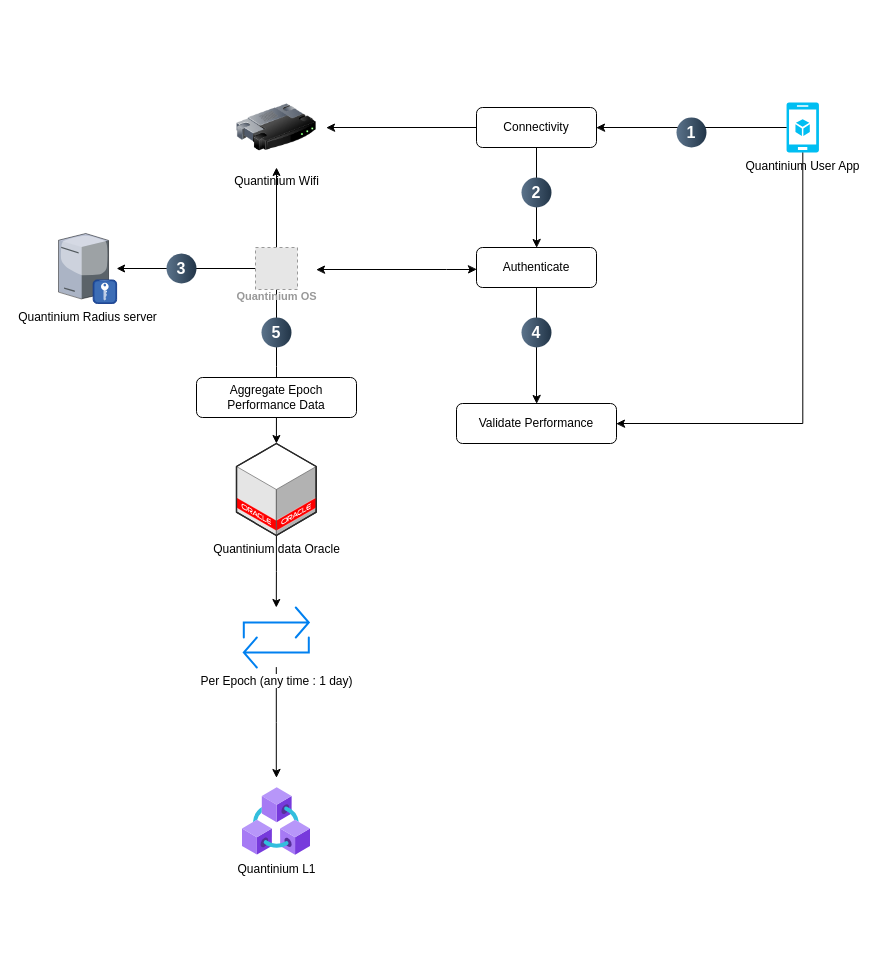
ali-05-ahmed/Concept-Diagrams keeps this draw.io diagram as QuantiniumOs.drawio. Above is the earlier version. Source tidied: cells renumbered, new cells numbered last; positions are measured from the earlier drawing's top-left corner, leaving out a move shared by most shapes. Both pictures are drawn from the tidied source at 100%, with x=0, y=0 at pixel (58, 87). Pictures stored in the file or linked from it are replaced by grey dashed boxes.
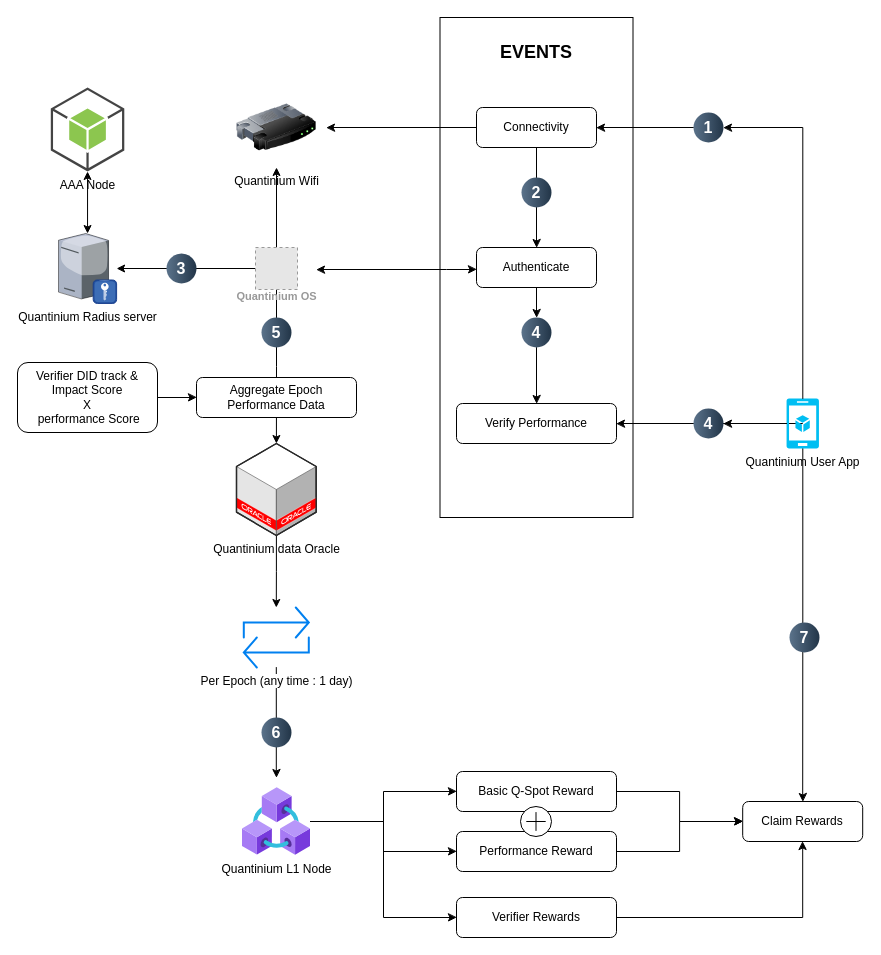
Above is the later version.

The change refers to these unchanged cells:
```xml
<mxCell id="14" value="Connectivity" style="rounded=1;whiteSpace=wrap;html=1;" parent="1" vertex="1">
  <mxGeometry x="418" y="20" width="120" height="40" as="geometry" />
</mxCell>
<mxCell id="17" value="Authenticate" style="rounded=1;whiteSpace=wrap;html=1;" parent="1" vertex="1">
  <mxGeometry x="418" y="160" width="120" height="40" as="geometry" />
</mxCell>
<mxCell id="18" value="Quantinium Radius server" style="verticalLabelPosition=bottom;sketch=0;html=1;verticalAlign=top;strokeColor=none;align=center;outlineConnect=0;shape=mxgraph.citrix.radius_server;" parent="1" vertex="1">
  <mxGeometry y="146" width="58.1" height="70" as="geometry" />
</mxCell>
<mxCell id="27" value="Aggregate Epoch Performance Data" style="rounded=1;whiteSpace=wrap;html=1;" parent="1" vertex="1">
  <mxGeometry x="138" y="290" width="160" height="40" as="geometry" />
</mxCell>
```

The edit, as a diff of the source:
```diff
@@
+    <mxCell id="29" style="rounded=0;whiteSpace=wrap;html=1;" parent="1" vertex="1">
+      <mxGeometry x="381.5" y="-70" width="193" height="500" as="geometry" />
+    </mxCell>
+    <mxCell id="30" style="edgeStyle=orthogonalEdgeStyle;rounded=0;jettySize=auto;html=1;startArrow=classic;startFill=1;" parent="1" edge="1" source="50" target="18">
+      <mxGeometry relative="1" as="geometry" />
+    </mxCell>
@@
-    <mxCell id="9" style="edgeStyle=orthogonalEdgeStyle;rounded=0;jettySize=auto;html=1;entryX=1;entryY=0.5;entryDx=0;entryDy=0;" parent="1" edge="1" source="11" target="19">
+    <mxCell id="9" style="edgeStyle=orthogonalEdgeStyle;rounded=0;jettySize=auto;html=1;entryX=1;entryY=0.5;entryDx=0;entryDy=0;" parent="1" edge="1" source="45" target="19">
       <mxGeometry relative="1" as="geometry">
         <Array as="points">
           <mxPoint x="744" y="336" />
         </Array>
       </mxGeometry>
     </mxCell>
-    <mxCell id="10" style="edgeStyle=orthogonalEdgeStyle;rounded=0;jettySize=auto;html=1;entryX=1;entryY=0.5;entryDx=0;entryDy=0;" parent="1" edge="1" source="11" target="14">
+    <mxCell id="10" style="edgeStyle=orthogonalEdgeStyle;rounded=0;jettySize=auto;html=1;entryX=1;entryY=0.5;entryDx=0;entryDy=0;" parent="1" edge="1" source="20" target="14">
       <mxGeometry relative="1" as="geometry" />
     </mxCell>
+    <mxCell id="31" style="edgeStyle=orthogonalEdgeStyle;rounded=0;jettySize=auto;html=1;entryX=0.5;entryY=0;entryDx=0;entryDy=0;" parent="1" edge="1" source="11" target="42">
+      <mxGeometry relative="1" as="geometry" />
+    </mxCell>
     <mxCell id="11" value="Quantinium User App" style="verticalLabelPosition=bottom;html=1;verticalAlign=top;align=center;strokeColor=none;fillColor=#00BEF2;shape=mxgraph.azure.mobile_services;" parent="1" vertex="1">
-      <mxGeometry x="728" y="15" width="32.5" height="50" as="geometry" />
+      <mxGeometry x="728" y="311" width="32.5" height="50" as="geometry" />
     </mxCell>
@@
-    <mxCell id="16" style="edgeStyle=orthogonalEdgeStyle;rounded=0;jettySize=auto;html=1;" parent="1" edge="1" source="17" target="19">
+    <mxCell id="16" style="edgeStyle=orthogonalEdgeStyle;rounded=0;jettySize=auto;html=1;" parent="1" edge="1" source="23" target="19">
       <mxGeometry relative="1" as="geometry" />
     </mxCell>
@@
-    <mxCell id="19" value="Validate Performance" style="rounded=1;whiteSpace=wrap;html=1;" parent="1" vertex="1">
+    <mxCell id="19" value="Verify Performance" style="rounded=1;whiteSpace=wrap;html=1;" parent="1" vertex="1">
       <mxGeometry x="398" y="316" width="160" height="40" as="geometry" />
     </mxCell>
-    <mxCell id="20" value="1" style="ellipse;whiteSpace=wrap;html=1;rotation=0;gradientColor=#223548;strokeColor=none;gradientDirection=east;fillColor=#5b738b;rounded=0;fontFamily=Helvetica;fontSize=16;fontColor=#FFFFFF;spacingTop=4;spacingBottom=4;spacingLeft=4;spacingRight=4;points=[];fontStyle=1;" parent="1" vertex="1">
-      <mxGeometry x="618" y="30" width="30" height="30" as="geometry" />
-    </mxCell>
@@
-    <mxCell id="23" value="4" style="ellipse;whiteSpace=wrap;html=1;rotation=0;gradientColor=#223548;strokeColor=none;gradientDirection=east;fillColor=#5b738b;rounded=0;fontFamily=Helvetica;fontSize=16;fontColor=#FFFFFF;spacingTop=4;spacingBottom=4;spacingLeft=4;spacingRight=4;points=[];fontStyle=1;" parent="1" vertex="1">
-      <mxGeometry x="463" y="230" width="30" height="30" as="geometry" />
-    </mxCell>
@@
+    <mxCell id="32" style="edgeStyle=orthogonalEdgeStyle;rounded=0;jettySize=auto;html=1;" parent="1" edge="1" source="28" target="37">
+      <mxGeometry relative="1" as="geometry" />
+    </mxCell>
+    <mxCell id="33" style="edgeStyle=orthogonalEdgeStyle;rounded=0;jettySize=auto;html=1;" parent="1" edge="1" source="28" target="39">
+      <mxGeometry relative="1" as="geometry" />
+    </mxCell>
+    <mxCell id="34" style="edgeStyle=orthogonalEdgeStyle;rounded=0;jettySize=auto;html=1;entryX=0;entryY=0.5;entryDx=0;entryDy=0;" parent="1" edge="1" source="28" target="48">
+      <mxGeometry relative="1" as="geometry" />
+    </mxCell>
-    <mxCell id="28" value="Quantinium L1" style="image;html=1;points=[];align=center;fontSize=12;image=img/lib/azure2/blockchain/Azure_Blockchain_Service.svg;" parent="1" vertex="1">
+    <mxCell id="28" value="Quantinium L1 Node" style="image;html=1;points=[];align=center;fontSize=12;image=img/lib/azure2/blockchain/Azure_Blockchain_Service.svg;" parent="1" vertex="1">
       <mxGeometry x="184" y="700" width="68" height="68" as="geometry" />
     </mxCell>
+    <mxCell id="35" value="6" style="ellipse;whiteSpace=wrap;html=1;rotation=0;gradientColor=#223548;strokeColor=none;gradientDirection=east;fillColor=#5b738b;rounded=0;fontFamily=Helvetica;fontSize=16;fontColor=#FFFFFF;spacingTop=4;spacingBottom=4;spacingLeft=4;spacingRight=4;fontStyle=1;" parent="1" vertex="1">
+      <mxGeometry x="203" y="630" width="30" height="30" as="geometry" />
+    </mxCell>
+    <mxCell id="36" style="edgeStyle=orthogonalEdgeStyle;rounded=0;jettySize=auto;html=1;entryX=0;entryY=0.5;entryDx=0;entryDy=0;" parent="1" edge="1" source="37" target="42">
+      <mxGeometry relative="1" as="geometry" />
+    </mxCell>
+    <mxCell id="37" value="Basic Q-Spot Reward" style="rounded=1;whiteSpace=wrap;html=1;" parent="1" vertex="1">
+      <mxGeometry x="398" y="684" width="160" height="40" as="geometry" />
+    </mxCell>
+    <mxCell id="38" style="edgeStyle=orthogonalEdgeStyle;rounded=0;jettySize=auto;html=1;" parent="1" edge="1" source="39" target="42">
+      <mxGeometry relative="1" as="geometry" />
+    </mxCell>
+    <mxCell id="39" value="Performance Reward" style="rounded=1;whiteSpace=wrap;html=1;" parent="1" vertex="1">
+      <mxGeometry x="398" y="744" width="160" height="40" as="geometry" />
+    </mxCell>
+    <mxCell id="40" style="edgeStyle=orthogonalEdgeStyle;rounded=0;jettySize=auto;html=1;" parent="1" edge="1" source="41" target="27">
+      <mxGeometry relative="1" as="geometry" />
+    </mxCell>
+    <mxCell id="41" value="Verifier DID track &amp;amp; Impact Score &lt;br&gt;X&lt;br&gt;&amp;nbsp;performance Score" style="rounded=1;whiteSpace=wrap;html=1;" parent="1" vertex="1">
+      <mxGeometry x="-41" y="275" width="140" height="70" as="geometry" />
+    </mxCell>
+    <mxCell id="42" value="Claim Rewards" style="rounded=1;whiteSpace=wrap;html=1;" parent="1" vertex="1">
+      <mxGeometry x="684.2" y="714" width="120" height="40" as="geometry" />
+    </mxCell>
+    <mxCell id="43" style="edgeStyle=orthogonalEdgeStyle;rounded=0;jettySize=auto;html=1;" parent="1" edge="1" source="17" target="23">
+      <mxGeometry relative="1" as="geometry" />
+    </mxCell>
+    <mxCell id="23" value="4" style="ellipse;whiteSpace=wrap;html=1;rotation=0;gradientColor=#223548;strokeColor=none;gradientDirection=east;fillColor=#5b738b;rounded=0;fontFamily=Helvetica;fontSize=16;fontColor=#FFFFFF;spacingTop=4;spacingBottom=4;spacingLeft=4;spacingRight=4;points=[];fontStyle=1;" parent="1" vertex="1">
+      <mxGeometry x="463" y="230" width="30" height="30" as="geometry" />
+    </mxCell>
+    <mxCell id="44" style="edgeStyle=orthogonalEdgeStyle;rounded=0;jettySize=auto;html=1;entryX=1;entryY=0.5;entryDx=0;entryDy=0;" parent="1" edge="1" source="11" target="45">
+      <mxGeometry relative="1" as="geometry" />
+    </mxCell>
+    <mxCell id="45" value="4" style="ellipse;whiteSpace=wrap;html=1;rotation=0;gradientColor=#223548;strokeColor=none;gradientDirection=east;fillColor=#5b738b;rounded=0;fontFamily=Helvetica;fontSize=16;fontColor=#FFFFFF;spacingTop=4;spacingBottom=4;spacingLeft=4;spacingRight=4;points=[];fontStyle=1;" parent="1" vertex="1">
+      <mxGeometry x="635" y="321" width="30" height="30" as="geometry" />
+    </mxCell>
+    <mxCell id="46" value="7" style="ellipse;whiteSpace=wrap;html=1;rotation=0;gradientColor=#223548;strokeColor=none;gradientDirection=east;fillColor=#5b738b;rounded=0;fontFamily=Helvetica;fontSize=16;fontColor=#FFFFFF;spacingTop=4;spacingBottom=4;spacingLeft=4;spacingRight=4;fontStyle=1;" parent="1" vertex="1">
+      <mxGeometry x="731" y="535" width="30" height="30" as="geometry" />
+    </mxCell>
+    <mxCell id="47" style="edgeStyle=orthogonalEdgeStyle;rounded=0;jettySize=auto;html=1;entryX=0.5;entryY=1;entryDx=0;entryDy=0;" parent="1" edge="1" source="48" target="42">
+      <mxGeometry relative="1" as="geometry" />
+    </mxCell>
+    <mxCell id="48" value="Verifier Rewards" style="rounded=1;whiteSpace=wrap;html=1;" parent="1" vertex="1">
+      <mxGeometry x="398" y="810" width="160" height="40" as="geometry" />
+    </mxCell>
+    <mxCell id="49" style="edgeStyle=orthogonalEdgeStyle;rounded=0;jettySize=auto;html=1;entryX=1;entryY=0.5;entryDx=0;entryDy=0;" parent="1" edge="1" source="11" target="20">
+      <mxGeometry relative="1" as="geometry">
+        <Array as="points">
+          <mxPoint x="744" y="40" />
+        </Array>
+      </mxGeometry>
+    </mxCell>
+    <mxCell id="20" value="1" style="ellipse;whiteSpace=wrap;html=1;rotation=0;gradientColor=#223548;strokeColor=none;gradientDirection=east;fillColor=#5b738b;rounded=0;fontFamily=Helvetica;fontSize=16;fontColor=#FFFFFF;spacingTop=4;spacingBottom=4;spacingLeft=4;spacingRight=4;points=[];fontStyle=1;" parent="1" vertex="1">
+      <mxGeometry x="635" y="25" width="30" height="30" as="geometry" />
+    </mxCell>
+    <mxCell id="50" value="AAA Node" style="outlineConnect=0;dashed=0;verticalLabelPosition=bottom;verticalAlign=top;align=center;html=1;shape=mxgraph.aws3.android;fillColor=#8CC64F;gradientColor=none;" parent="1" vertex="1">
+      <mxGeometry x="-7.7" width="73.5" height="84" as="geometry" />
+    </mxCell>
+    <mxCell id="51" style="verticalLabelPosition=bottom;shadow=0;dashed=0;align=center;html=1;verticalAlign=top;shape=mxgraph.electrical.abstract.summation_point;" parent="1" vertex="1">
+      <mxGeometry x="462" y="719" width="31" height="30" as="geometry" />
+    </mxCell>
+    <mxCell id="52" value="&lt;b&gt;&lt;font style=&quot;font-size: 18px;&quot;&gt;EVENTS&lt;/font&gt;&lt;/b&gt;" style="text;html=1;align=center;verticalAlign=middle;whiteSpace=wrap;rounded=0;" parent="1" vertex="1">
+      <mxGeometry x="448" y="-50" width="60" height="30" as="geometry" />
+    </mxCell>
```
